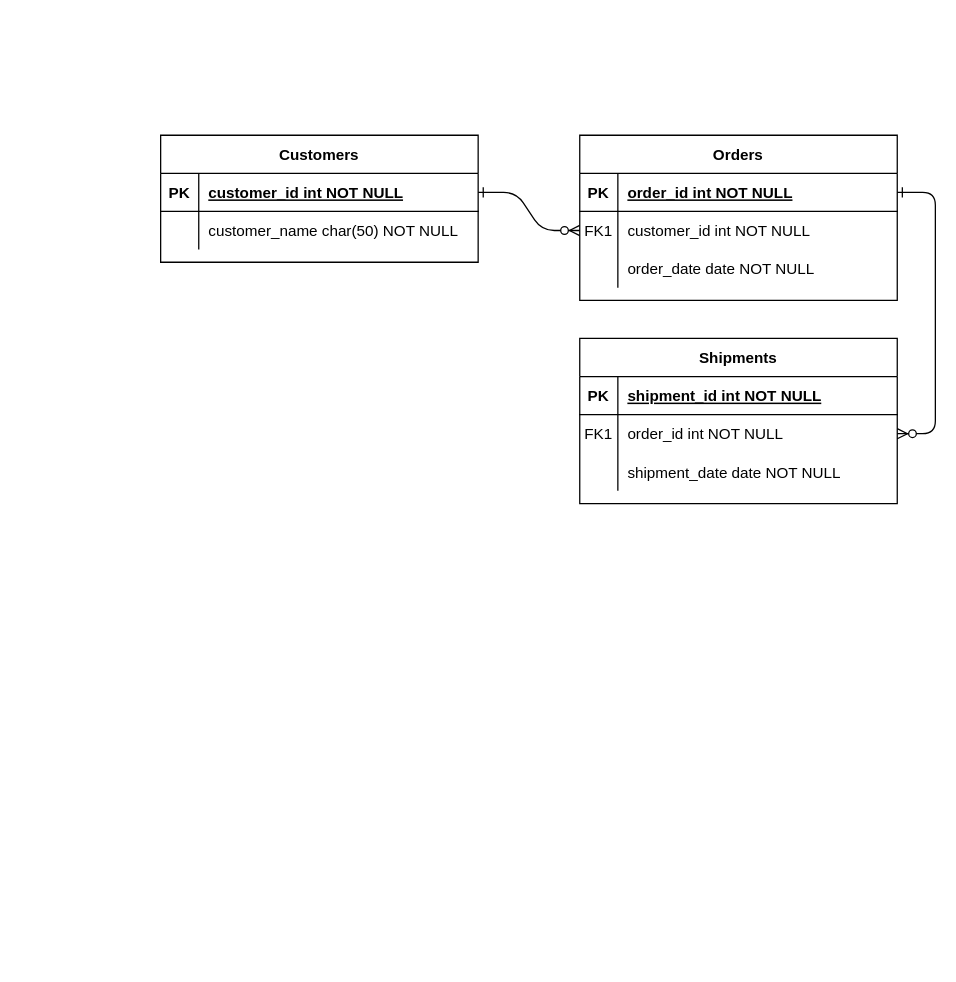
Above: postman-collection/Untitled Diagram.drawio in barmancity-lab/challenge (draw.io), before the change. Source tidied: cells renumbered, new cells numbered last; positions are measured from the earlier drawing's top-left corner, leaving out a move shared by most shapes. Both pictures are drawn from the tidied source at 127%, with x=0, y=0 at pixel (160, 135).
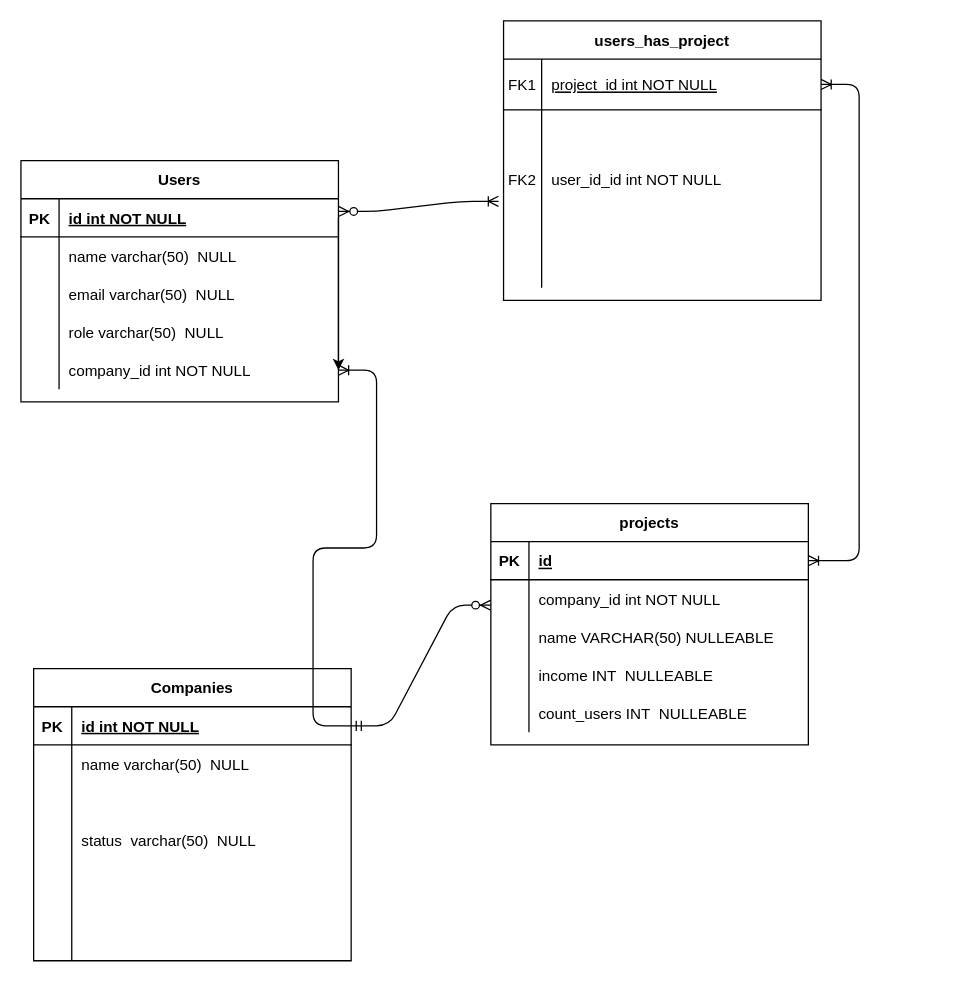
The same diagram, later.

The change refers to these unchanged cells:
```xml
<mxCell id="15" style="shape=partialRectangle;fillColor=none;points=[[0,0.5],[1,0.5]];portConstraint=eastwest;top=0;left=0;right=0;bottom=1;" parent="14" vertex="1">
  <mxGeometry y="30" width="250" height="30" as="geometry" />
</mxCell>
<mxCell id="18" style="shape=partialRectangle;fillColor=none;points=[[0,0.5],[1,0.5]];portConstraint=eastwest;top=0;left=0;right=0;bottom=0;" parent="14" vertex="1">
  <mxGeometry y="60" width="250" height="30" as="geometry" />
</mxCell>
<mxCell id="21" style="shape=partialRectangle;fillColor=none;top=0;left=0;right=0;bottom=0;" parent="14" vertex="1">
  <mxGeometry y="90" width="250" height="30" as="geometry" />
</mxCell>
<mxCell id="25" style="shape=partialRectangle;fillColor=none;points=[[0,0.5],[1,0.5]];portConstraint=eastwest;top=0;left=0;right=0;bottom=1;" parent="24" vertex="1">
  <mxGeometry y="30" width="250" height="30" as="geometry" />
</mxCell>
<mxCell id="28" style="shape=partialRectangle;fillColor=none;top=0;left=0;right=0;bottom=0;" parent="24" vertex="1">
  <mxGeometry y="60" width="250" height="30" as="geometry" />
</mxCell>
```

Diff of the diagram source:
```diff
@@
-    <mxCell id="2" style="edgeStyle=entityRelationEdgeStyle;endArrow=ERzeroToMany;startArrow=ERone;endFill=1;startFill=0;" parent="1" edge="1" source="25" target="8">
-      <mxGeometry relative="1" as="geometry" />
-    </mxCell>
-    <mxCell id="3" style="edgeStyle=entityRelationEdgeStyle;endArrow=ERzeroToMany;startArrow=ERone;endFill=1;startFill=0;" parent="1" edge="1" source="5" target="18">
-      <mxGeometry relative="1" as="geometry" />
-    </mxCell>
-    <mxCell id="4" value="Orders" style="shape=table;startSize=30;childLayout=tableLayout;rowLines=0;fontStyle=1;align=center;" parent="1" vertex="1">
-      <mxGeometry x="330" width="250" height="130" as="geometry" />
+    <mxCell id="4" value="users_has_project" style="shape=table;startSize=30;childLayout=tableLayout;rowLines=0;fontStyle=1;align=center;" parent="1" vertex="1">
+      <mxGeometry x="270" y="-90" width="250" height="220" as="geometry" />
     </mxCell>
     <mxCell id="5" style="shape=partialRectangle;fillColor=none;points=[[0,0.5],[1,0.5]];portConstraint=eastwest;top=0;left=0;right=0;bottom=1;" parent="4" vertex="1">
-      <mxGeometry y="30" width="250" height="30" as="geometry" />
+      <mxGeometry y="30" width="250" height="40" as="geometry" />
     </mxCell>
-    <mxCell id="6" value="PK" style="shape=partialRectangle;overflow=hidden;fillColor=none;top=0;left=0;bottom=0;right=0;fontStyle=1;" parent="5" vertex="1">
-      <mxGeometry width="30" height="30" as="geometry" />
+    <mxCell id="6" value="FK1" style="shape=partialRectangle;overflow=hidden;fillColor=none;top=0;left=0;bottom=0;right=0;fontStyle=0;" parent="5" vertex="1">
+      <mxGeometry width="30" height="40" as="geometry" />
     </mxCell>
-    <mxCell id="7" value="order_id int NOT NULL " style="shape=partialRectangle;overflow=hidden;fillColor=none;top=0;left=0;bottom=0;right=0;align=left;spacingLeft=6;fontStyle=5;" parent="5" vertex="1">
-      <mxGeometry x="30" width="220" height="30" as="geometry" />
+    <mxCell id="7" value="project_id int NOT NULL " style="shape=partialRectangle;overflow=hidden;fillColor=none;top=0;left=0;bottom=0;right=0;align=left;spacingLeft=6;fontStyle=4;" parent="5" vertex="1">
+      <mxGeometry x="30" width="220" height="40" as="geometry" />
     </mxCell>
     <mxCell id="8" style="shape=partialRectangle;fillColor=none;points=[[0,0.5],[1,0.5]];portConstraint=eastwest;top=0;left=0;right=0;bottom=0;" parent="4" vertex="1">
-      <mxGeometry y="60" width="250" height="30" as="geometry" />
+      <mxGeometry y="70" width="250" height="110" as="geometry" />
     </mxCell>
-    <mxCell id="9" value="FK1" style="shape=partialRectangle;overflow=hidden;fillColor=none;top=0;left=0;bottom=0;right=0;" parent="8" vertex="1">
-      <mxGeometry width="30" height="30" as="geometry" />
+    <mxCell id="9" value="FK2" style="shape=partialRectangle;overflow=hidden;fillColor=none;top=0;left=0;bottom=0;right=0;" parent="8" vertex="1">
+      <mxGeometry width="30" height="110" as="geometry" />
     </mxCell>
-    <mxCell id="10" value="customer_id int NOT NULL" style="shape=partialRectangle;overflow=hidden;fillColor=none;top=0;left=0;bottom=0;right=0;align=left;spacingLeft=6;" parent="8" vertex="1">
-      <mxGeometry x="30" width="220" height="30" as="geometry" />
+    <mxCell id="10" value="user_id_id int NOT NULL" style="shape=partialRectangle;overflow=hidden;fillColor=none;top=0;left=0;bottom=0;right=0;align=left;spacingLeft=6;" parent="8" vertex="1">
+      <mxGeometry x="30" width="220" height="110" as="geometry" />
     </mxCell>
     <mxCell id="11" style="shape=partialRectangle;fillColor=none;top=0;left=0;right=0;bottom=0;" parent="4" vertex="1">
-      <mxGeometry y="90" width="250" height="30" as="geometry" />
+      <mxGeometry y="180" width="250" height="30" as="geometry" />
     </mxCell>
@@
-    <mxCell id="13" value="order_date date NOT NULL" style="shape=partialRectangle;overflow=hidden;fillColor=none;top=0;left=0;bottom=0;right=0;align=left;spacingLeft=6;" parent="11" vertex="1">
+    <mxCell id="13" style="shape=partialRectangle;overflow=hidden;fillColor=none;top=0;left=0;bottom=0;right=0;align=left;spacingLeft=6;" parent="11" vertex="1">
       <mxGeometry x="30" width="220" height="30" as="geometry" />
     </mxCell>
-    <mxCell id="14" value="Shipments" style="shape=table;startSize=30;childLayout=tableLayout;rowLines=0;fontStyle=1;align=center;" parent="1" vertex="1">
-      <mxGeometry x="330" y="160" width="250" height="130" as="geometry" />
+    <mxCell id="14" value="projects" style="shape=table;startSize=30;childLayout=tableLayout;rowLines=0;fontStyle=1;align=center;" parent="1" vertex="1">
+      <mxGeometry x="260" y="290" width="250" height="190" as="geometry" />
     </mxCell>
@@
-    <mxCell id="17" value="shipment_id int NOT NULL " style="shape=partialRectangle;overflow=hidden;fillColor=none;top=0;left=0;bottom=0;right=0;align=left;spacingLeft=6;fontStyle=5;" parent="15" vertex="1">
+    <mxCell id="17" value="id" style="shape=partialRectangle;overflow=hidden;fillColor=none;top=0;left=0;bottom=0;right=0;align=left;spacingLeft=6;fontStyle=5;" parent="15" vertex="1">
       <mxGeometry x="30" width="220" height="30" as="geometry" />
     </mxCell>
@@
-    <mxCell id="19" value="FK1" style="shape=partialRectangle;overflow=hidden;fillColor=none;top=0;left=0;bottom=0;right=0;" parent="18" vertex="1">
+    <mxCell id="19" style="shape=partialRectangle;overflow=hidden;fillColor=none;top=0;left=0;bottom=0;right=0;" parent="18" vertex="1">
       <mxGeometry width="30" height="30" as="geometry" />
     </mxCell>
-    <mxCell id="20" value="order_id int NOT NULL" style="shape=partialRectangle;overflow=hidden;fillColor=none;top=0;left=0;bottom=0;right=0;align=left;spacingLeft=6;" parent="18" vertex="1">
+    <mxCell id="20" value="company_id int NOT NULL" style="shape=partialRectangle;overflow=hidden;fillColor=none;top=0;left=0;bottom=0;right=0;align=left;spacingLeft=6;" parent="18" vertex="1">
       <mxGeometry x="30" width="220" height="30" as="geometry" />
     </mxCell>
@@
-    <mxCell id="23" value="shipment_date date NOT NULL" style="shape=partialRectangle;overflow=hidden;fillColor=none;top=0;left=0;bottom=0;right=0;align=left;spacingLeft=6;" parent="21" vertex="1">
+    <mxCell id="23" value="name VARCHAR(50) NULLEABLE" style="shape=partialRectangle;overflow=hidden;fillColor=none;top=0;left=0;bottom=0;right=0;align=left;spacingLeft=6;" parent="21" vertex="1">
       <mxGeometry x="30" width="220" height="30" as="geometry" />
     </mxCell>
+    <mxCell id="31" style="shape=partialRectangle;fillColor=none;top=0;left=0;right=0;bottom=0;" parent="14" vertex="1">
+      <mxGeometry y="120" width="250" height="30" as="geometry" />
+    </mxCell>
+    <mxCell id="32" style="shape=partialRectangle;overflow=hidden;fillColor=none;top=0;left=0;bottom=0;right=0;" parent="31" vertex="1">
+      <mxGeometry width="30" height="30" as="geometry" />
+    </mxCell>
+    <mxCell id="33" value="income INT  NULLEABLE" style="shape=partialRectangle;overflow=hidden;fillColor=none;top=0;left=0;bottom=0;right=0;align=left;spacingLeft=6;" parent="31" vertex="1">
+      <mxGeometry x="30" width="220" height="30" as="geometry" />
+    </mxCell>
+    <mxCell id="34" style="shape=partialRectangle;fillColor=none;top=0;left=0;right=0;bottom=0;" parent="14" vertex="1">
+      <mxGeometry y="150" width="250" height="30" as="geometry" />
+    </mxCell>
+    <mxCell id="35" style="shape=partialRectangle;overflow=hidden;fillColor=none;top=0;left=0;bottom=0;right=0;" parent="34" vertex="1">
+      <mxGeometry width="30" height="30" as="geometry" />
+    </mxCell>
+    <mxCell id="36" value="count_users INT  NULLEABLE" style="shape=partialRectangle;overflow=hidden;fillColor=none;top=0;left=0;bottom=0;right=0;align=left;spacingLeft=6;" parent="34" vertex="1">
+      <mxGeometry x="30" width="220" height="30" as="geometry" />
+    </mxCell>
-    <mxCell id="24" value="Customers" style="shape=table;startSize=30;childLayout=tableLayout;rowLines=0;fontStyle=1;align=center;" parent="1" vertex="1">
-      <mxGeometry width="250" height="100" as="geometry" />
+    <mxCell id="24" value="Users" style="shape=table;startSize=30;childLayout=tableLayout;rowLines=0;fontStyle=1;align=center;" parent="1" vertex="1">
+      <mxGeometry x="-110" y="20" width="250" height="190" as="geometry" />
     </mxCell>
+    <mxCell id="37" style="edgeStyle=orthogonalEdgeStyle;rounded=0;jettySize=auto;html=1;exitX=1;exitY=0.5;exitDx=0;exitDy=0;entryX=1;entryY=0.5;entryDx=0;entryDy=0;" parent="24" edge="1" source="25" target="44">
+      <mxGeometry relative="1" as="geometry">
+        <Array as="points">
+          <mxPoint x="250" y="165" />
+        </Array>
+      </mxGeometry>
+    </mxCell>
@@
-    <mxCell id="27" value="customer_id int NOT NULL " style="shape=partialRectangle;overflow=hidden;fillColor=none;top=0;left=0;bottom=0;right=0;align=left;spacingLeft=6;fontStyle=5;" parent="25" vertex="1">
+    <mxCell id="27" value="id int NOT NULL " style="shape=partialRectangle;overflow=hidden;fillColor=none;top=0;left=0;bottom=0;right=0;align=left;spacingLeft=6;fontStyle=5;" parent="25" vertex="1">
       <mxGeometry x="30" width="220" height="30" as="geometry" />
     </mxCell>
@@
-    <mxCell id="30" value="customer_name char(50) NOT NULL" style="shape=partialRectangle;overflow=hidden;fillColor=none;top=0;left=0;bottom=0;right=0;align=left;spacingLeft=6;" parent="28" vertex="1">
+    <mxCell id="30" value="name varchar(50)  NULL" style="shape=partialRectangle;overflow=hidden;fillColor=none;top=0;left=0;bottom=0;right=0;align=left;spacingLeft=6;" parent="28" vertex="1">
       <mxGeometry x="30" width="220" height="30" as="geometry" />
     </mxCell>
+    <mxCell id="38" style="shape=partialRectangle;fillColor=none;top=0;left=0;right=0;bottom=0;" parent="24" vertex="1">
+      <mxGeometry y="90" width="250" height="30" as="geometry" />
+    </mxCell>
+    <mxCell id="39" style="shape=partialRectangle;overflow=hidden;fillColor=none;top=0;left=0;bottom=0;right=0;" parent="38" vertex="1">
+      <mxGeometry width="30" height="30" as="geometry" />
+    </mxCell>
+    <mxCell id="40" value="email varchar(50)  NULL" style="shape=partialRectangle;overflow=hidden;fillColor=none;top=0;left=0;bottom=0;right=0;align=left;spacingLeft=6;" parent="38" vertex="1">
+      <mxGeometry x="30" width="220" height="30" as="geometry" />
+    </mxCell>
+    <mxCell id="41" style="shape=partialRectangle;fillColor=none;top=0;left=0;right=0;bottom=0;" parent="24" vertex="1">
+      <mxGeometry y="120" width="250" height="30" as="geometry" />
+    </mxCell>
+    <mxCell id="42" style="shape=partialRectangle;overflow=hidden;fillColor=none;top=0;left=0;bottom=0;right=0;" parent="41" vertex="1">
+      <mxGeometry width="30" height="30" as="geometry" />
+    </mxCell>
+    <mxCell id="43" value="role varchar(50)  NULL" style="shape=partialRectangle;overflow=hidden;fillColor=none;top=0;left=0;bottom=0;right=0;align=left;spacingLeft=6;" parent="41" vertex="1">
+      <mxGeometry x="30" width="220" height="30" as="geometry" />
+    </mxCell>
+    <mxCell id="44" style="shape=partialRectangle;fillColor=none;points=[[0,0.5],[1,0.5]];portConstraint=eastwest;top=0;left=0;right=0;bottom=0;" parent="24" vertex="1">
+      <mxGeometry y="150" width="250" height="30" as="geometry" />
+    </mxCell>
+    <mxCell id="45" style="shape=partialRectangle;overflow=hidden;fillColor=none;top=0;left=0;bottom=0;right=0;" parent="44" vertex="1">
+      <mxGeometry width="30" height="30" as="geometry" />
+    </mxCell>
+    <mxCell id="46" value="company_id int NOT NULL" style="shape=partialRectangle;overflow=hidden;fillColor=none;top=0;left=0;bottom=0;right=0;align=left;spacingLeft=6;" parent="44" vertex="1">
+      <mxGeometry x="30" width="220" height="30" as="geometry" />
+    </mxCell>
+    <mxCell id="47" value="Companies" style="shape=table;startSize=30;childLayout=tableLayout;rowLines=0;fontStyle=1;align=center;" parent="1" vertex="1">
+      <mxGeometry x="-100" y="420" width="250" height="230" as="geometry" />
+    </mxCell>
+    <mxCell id="48" style="shape=partialRectangle;fillColor=none;points=[[0,0.5],[1,0.5]];portConstraint=eastwest;top=0;left=0;right=0;bottom=1;" parent="47" vertex="1">
+      <mxGeometry y="30" width="250" height="30" as="geometry" />
+    </mxCell>
+    <mxCell id="49" value="PK" style="shape=partialRectangle;overflow=hidden;fillColor=none;top=0;left=0;bottom=0;right=0;fontStyle=1;" parent="48" vertex="1">
+      <mxGeometry width="30" height="30" as="geometry" />
+    </mxCell>
+    <mxCell id="50" value="id int NOT NULL " style="shape=partialRectangle;overflow=hidden;fillColor=none;top=0;left=0;bottom=0;right=0;align=left;spacingLeft=6;fontStyle=5;" parent="48" vertex="1">
+      <mxGeometry x="30" width="220" height="30" as="geometry" />
+    </mxCell>
+    <mxCell id="51" style="shape=partialRectangle;fillColor=none;top=0;left=0;right=0;bottom=0;" parent="47" vertex="1">
+      <mxGeometry y="60" width="250" height="30" as="geometry" />
+    </mxCell>
+    <mxCell id="52" style="shape=partialRectangle;overflow=hidden;fillColor=none;top=0;left=0;bottom=0;right=0;" parent="51" vertex="1">
+      <mxGeometry width="30" height="30" as="geometry" />
+    </mxCell>
+    <mxCell id="53" value="name varchar(50)  NULL" style="shape=partialRectangle;overflow=hidden;fillColor=none;top=0;left=0;bottom=0;right=0;align=left;spacingLeft=6;" parent="51" vertex="1">
+      <mxGeometry x="30" width="220" height="30" as="geometry" />
+    </mxCell>
+    <mxCell id="54" style="shape=partialRectangle;fillColor=none;top=0;left=0;right=0;bottom=0;" parent="47" vertex="1">
+      <mxGeometry y="90" width="250" height="90" as="geometry" />
+    </mxCell>
+    <mxCell id="55" style="shape=partialRectangle;overflow=hidden;fillColor=none;top=0;left=0;bottom=0;right=0;" parent="54" vertex="1">
+      <mxGeometry width="30" height="90" as="geometry" />
+    </mxCell>
+    <mxCell id="56" value="status  varchar(50)  NULL" style="shape=partialRectangle;overflow=hidden;fillColor=none;top=0;left=0;bottom=0;right=0;align=left;spacingLeft=6;" parent="54" vertex="1">
+      <mxGeometry x="30" width="220" height="90" as="geometry" />
+    </mxCell>
+    <mxCell id="57" style="shape=partialRectangle;fillColor=none;top=0;left=0;right=0;bottom=0;" parent="47" vertex="1">
+      <mxGeometry y="180" width="250" height="30" as="geometry" />
+    </mxCell>
+    <mxCell id="58" style="shape=partialRectangle;overflow=hidden;fillColor=none;top=0;left=0;bottom=0;right=0;" parent="57" vertex="1">
+      <mxGeometry width="30" height="30" as="geometry" />
+    </mxCell>
+    <mxCell id="59" style="shape=partialRectangle;overflow=hidden;fillColor=none;top=0;left=0;bottom=0;right=0;align=left;spacingLeft=6;" parent="57" vertex="1">
+      <mxGeometry x="30" width="220" height="30" as="geometry" />
+    </mxCell>
+    <mxCell id="60" style="shape=partialRectangle;fillColor=none;top=0;left=0;right=0;bottom=0;" parent="47" vertex="1">
+      <mxGeometry y="210" width="250" height="20" as="geometry" />
+    </mxCell>
+    <mxCell id="61" style="shape=partialRectangle;overflow=hidden;fillColor=none;top=0;left=0;bottom=0;right=0;" parent="60" vertex="1">
+      <mxGeometry width="30" height="20" as="geometry" />
+    </mxCell>
+    <mxCell id="62" style="shape=partialRectangle;overflow=hidden;fillColor=none;top=0;left=0;bottom=0;right=0;align=left;spacingLeft=6;" parent="60" vertex="1">
+      <mxGeometry x="30" width="220" height="20" as="geometry" />
+    </mxCell>
+    <mxCell id="63" style="edgeStyle=entityRelationEdgeStyle;fontSize=12;html=1;endArrow=ERoneToMany;startArrow=ERzeroToMany;entryX=-0.016;entryY=0.655;entryDx=0;entryDy=0;entryPerimeter=0;" parent="1" edge="1" target="8">
+      <mxGeometry relative="1" as="geometry">
+        <mxPoint x="140" y="60" as="sourcePoint" />
+      </mxGeometry>
+    </mxCell>
+    <mxCell id="64" style="edgeStyle=entityRelationEdgeStyle;fontSize=12;html=1;endArrow=ERoneToMany;startArrow=ERoneToMany;" parent="1" edge="1" source="15" target="5">
+      <mxGeometry relative="1" as="geometry" />
+    </mxCell>
+    <mxCell id="65" style="edgeStyle=entityRelationEdgeStyle;fontSize=12;html=1;endArrow=ERzeroToMany;startArrow=ERmandOne;exitX=1;exitY=0.5;exitDx=0;exitDy=0;" parent="1" edge="1" source="48">
+      <mxGeometry relative="1" as="geometry">
+        <mxPoint x="260" y="370" as="targetPoint" />
+      </mxGeometry>
+    </mxCell>
+    <mxCell id="66" style="edgeStyle=entityRelationEdgeStyle;fontSize=12;html=1;endArrow=ERoneToMany;exitX=1;exitY=0.5;exitDx=0;exitDy=0;" parent="1" edge="1" source="48" target="44">
+      <mxGeometry relative="1" as="geometry" />
+    </mxCell>
```
